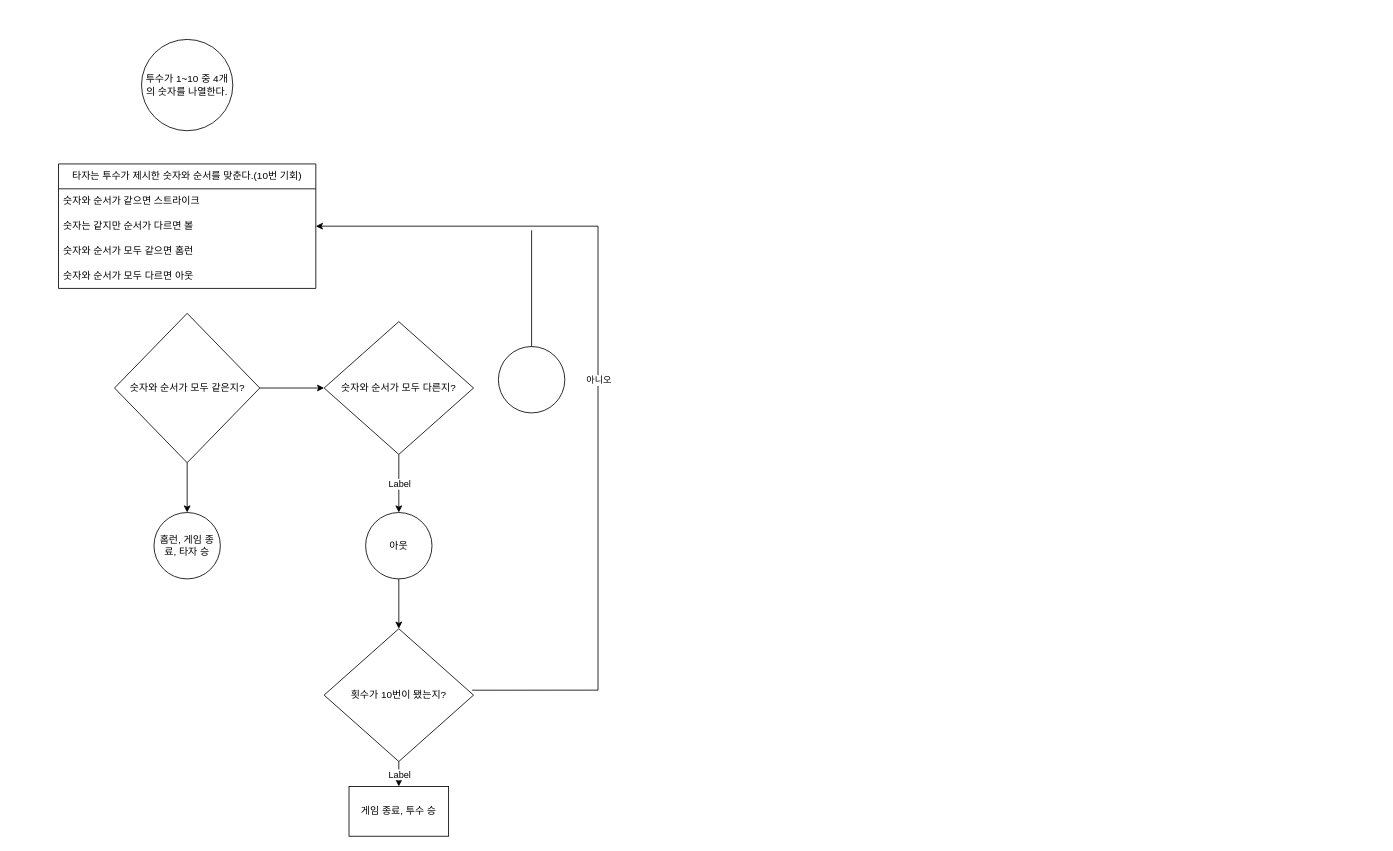
Before: Doc/순서도_숫자야구.drawio in Seed-il/JS_20250624, a draw.io diagram. Source tidied: cells renumbered, new cells numbered last; positions are measured from the earlier drawing's top-left corner, leaving out a move shared by most shapes. Both pictures are drawn from the tidied source at 83%, with x=0, y=0 at pixel (58, 39).
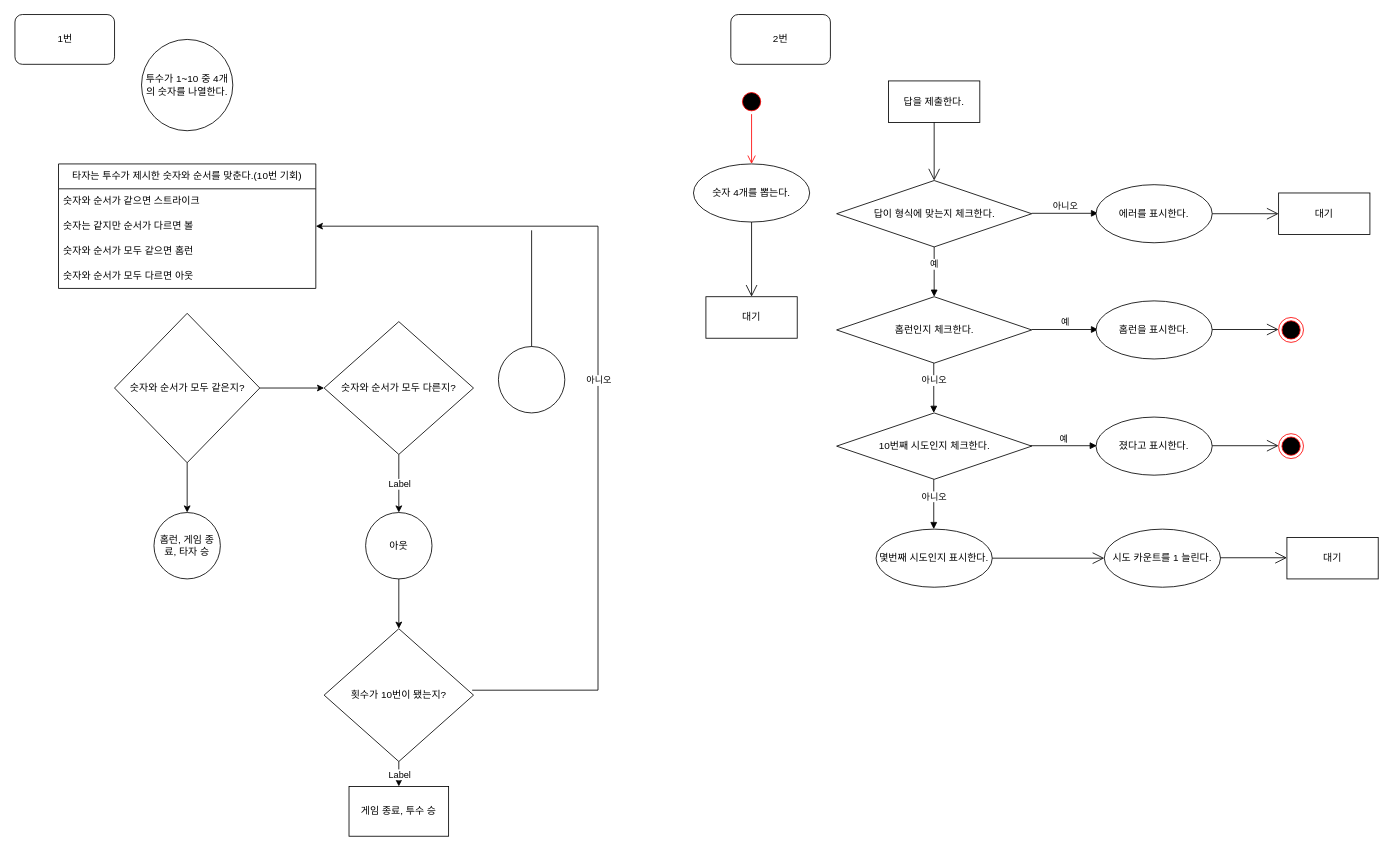
The same page after the edit.

Commit message (it also covers changes not shown here):
JS 숫자 야구 완료

The edit, as a diff of the source:
```diff
@@
+    <mxCell id="25" value="1번" style="rounded=1;whiteSpace=wrap;html=1;" parent="1" vertex="1">
+      <mxGeometry x="-52.5" y="-30" width="120" height="60" as="geometry" />
+    </mxCell>
+    <mxCell id="26" value="2번" style="rounded=1;whiteSpace=wrap;html=1;" parent="1" vertex="1">
+      <mxGeometry x="810" y="-30" width="120" height="60" as="geometry" />
+    </mxCell>
+    <mxCell id="27" style="ellipse;html=1;shape=startState;fillColor=#000000;strokeColor=#ff0000;" parent="1" vertex="1">
+      <mxGeometry x="820" y="60" width="30" height="30" as="geometry" />
+    </mxCell>
+    <mxCell id="28" style="edgeStyle=orthogonalEdgeStyle;html=1;verticalAlign=bottom;endArrow=open;endSize=8;strokeColor=#ff0000;rounded=0;" parent="1" edge="1" source="27">
+      <mxGeometry relative="1" as="geometry">
+        <mxPoint x="835" y="150" as="targetPoint" />
+      </mxGeometry>
+    </mxCell>
+    <mxCell id="29" value="숫자 4개를 뽑는다." style="ellipse;whiteSpace=wrap;html=1;" parent="1" vertex="1">
+      <mxGeometry x="765" y="150" width="140" height="70" as="geometry" />
+    </mxCell>
+    <mxCell id="30" style="endArrow=open;endFill=1;endSize=12;html=1;rounded=0;exitX=0.5;exitY=1;exitDx=0;exitDy=0;" parent="1" edge="1" source="29">
+      <mxGeometry relative="1" as="geometry">
+        <mxPoint x="835" y="310" as="targetPoint" />
+      </mxGeometry>
+    </mxCell>
+    <mxCell id="31" value="대기" style="html=1;whiteSpace=wrap;" parent="1" vertex="1">
+      <mxGeometry x="780" y="310" width="110" height="50" as="geometry" />
+    </mxCell>
+    <mxCell id="32" value="답을 제출한다." style="html=1;whiteSpace=wrap;" parent="1" vertex="1">
+      <mxGeometry x="1000" y="50" width="110" height="50" as="geometry" />
+    </mxCell>
+    <mxCell id="33" style="endArrow=open;endFill=1;endSize=12;html=1;rounded=0;exitX=0.5;exitY=1;exitDx=0;exitDy=0;entryX=0.5;entryY=0;entryDx=0;entryDy=0;" parent="1" edge="1" source="32" target="34">
+      <mxGeometry relative="1" as="geometry" />
+    </mxCell>
+    <mxCell id="34" value="답이 형식에 맞는지 체크한다." style="rhombus;whiteSpace=wrap;html=1;" parent="1" vertex="1">
+      <mxGeometry x="937.5" y="170" width="235" height="80" as="geometry" />
+    </mxCell>
+    <mxCell id="35" value="아니오" style="html=1;verticalAlign=bottom;endArrow=block;curved=0;rounded=0;" parent="1" edge="1">
+      <mxGeometry relative="1" as="geometry">
+        <mxPoint x="1172.5" y="209.5" as="sourcePoint" />
+        <mxPoint x="1252.5" y="209.5" as="targetPoint" />
+      </mxGeometry>
+    </mxCell>
+    <mxCell id="36" value="예" style="html=1;verticalAlign=bottom;endArrow=block;curved=0;rounded=0;exitX=0.5;exitY=1;exitDx=0;exitDy=0;" parent="1" edge="1" source="34">
+      <mxGeometry relative="1" as="geometry">
+        <mxPoint x="1055" y="310" as="targetPoint" />
+      </mxGeometry>
+    </mxCell>
+    <mxCell id="37" value="에러를 표시한다." style="ellipse;whiteSpace=wrap;html=1;" parent="1" vertex="1">
+      <mxGeometry x="1250" y="175" width="140" height="70" as="geometry" />
+    </mxCell>
+    <mxCell id="38" style="endArrow=open;endFill=1;endSize=12;html=1;rounded=0;exitX=1;exitY=0.5;exitDx=0;exitDy=0;" parent="1" edge="1" source="37">
+      <mxGeometry relative="1" as="geometry">
+        <mxPoint x="1470" y="210" as="targetPoint" />
+      </mxGeometry>
+    </mxCell>
+    <mxCell id="39" value="대기" style="html=1;whiteSpace=wrap;" parent="1" vertex="1">
+      <mxGeometry x="1470" y="185" width="110" height="50" as="geometry" />
+    </mxCell>
+    <mxCell id="40" value="홈런인지 체크한다." style="rhombus;whiteSpace=wrap;html=1;" parent="1" vertex="1">
+      <mxGeometry x="937.5" y="310" width="235" height="80" as="geometry" />
+    </mxCell>
+    <mxCell id="41" value="예" style="html=1;verticalAlign=bottom;endArrow=block;curved=0;rounded=0;" parent="1" edge="1">
+      <mxGeometry relative="1" as="geometry">
+        <mxPoint x="1172.5" y="349.5" as="sourcePoint" />
+        <mxPoint x="1252.5" y="349.5" as="targetPoint" />
+      </mxGeometry>
+    </mxCell>
+    <mxCell id="42" value="홈런을 표시한다." style="ellipse;whiteSpace=wrap;html=1;" parent="1" vertex="1">
+      <mxGeometry x="1250" y="315" width="140" height="70" as="geometry" />
+    </mxCell>
+    <mxCell id="43" style="endArrow=open;endFill=1;endSize=12;html=1;rounded=0;exitX=1;exitY=0.5;exitDx=0;exitDy=0;" parent="1" edge="1">
+      <mxGeometry relative="1" as="geometry">
+        <mxPoint x="1390" y="349.5" as="sourcePoint" />
+        <mxPoint x="1470" y="349.5" as="targetPoint" />
+      </mxGeometry>
+    </mxCell>
+    <mxCell id="44" style="ellipse;html=1;shape=endState;fillColor=#000000;strokeColor=#ff0000;" parent="1" vertex="1">
+      <mxGeometry x="1470" y="335" width="30" height="30" as="geometry" />
+    </mxCell>
+    <mxCell id="45" value="아니오" style="html=1;verticalAlign=bottom;endArrow=block;curved=0;rounded=0;exitX=0.5;exitY=1;exitDx=0;exitDy=0;" parent="1" edge="1">
+      <mxGeometry relative="1" as="geometry">
+        <mxPoint x="1054.5" y="390" as="sourcePoint" />
+        <mxPoint x="1054.5" y="450" as="targetPoint" />
+      </mxGeometry>
+    </mxCell>
+    <mxCell id="46" value="10번째 시도인지 체크한다." style="rhombus;whiteSpace=wrap;html=1;" parent="1" vertex="1">
+      <mxGeometry x="937.5" y="450" width="235" height="80" as="geometry" />
+    </mxCell>
+    <mxCell id="47" value="예" style="html=1;verticalAlign=bottom;endArrow=block;curved=0;rounded=0;" parent="1" edge="1">
+      <mxGeometry relative="1" as="geometry">
+        <mxPoint x="1171" y="489.5" as="sourcePoint" />
+        <mxPoint x="1251" y="489.5" as="targetPoint" />
+      </mxGeometry>
+    </mxCell>
+    <mxCell id="48" value="졌다고 표시한다." style="ellipse;whiteSpace=wrap;html=1;" parent="1" vertex="1">
+      <mxGeometry x="1250" y="455" width="140" height="70" as="geometry" />
+    </mxCell>
+    <mxCell id="49" style="endArrow=open;endFill=1;endSize=12;html=1;rounded=0;exitX=1;exitY=0.5;exitDx=0;exitDy=0;" parent="1" edge="1">
+      <mxGeometry relative="1" as="geometry">
+        <mxPoint x="1390" y="489.5" as="sourcePoint" />
+        <mxPoint x="1470" y="489.5" as="targetPoint" />
+      </mxGeometry>
+    </mxCell>
+    <mxCell id="50" style="ellipse;html=1;shape=endState;fillColor=#000000;strokeColor=#ff0000;" parent="1" vertex="1">
+      <mxGeometry x="1470" y="475" width="30" height="30" as="geometry" />
+    </mxCell>
+    <mxCell id="51" value="아니오" style="html=1;verticalAlign=bottom;endArrow=block;curved=0;rounded=0;exitX=0.5;exitY=1;exitDx=0;exitDy=0;" parent="1" edge="1">
+      <mxGeometry relative="1" as="geometry">
+        <mxPoint x="1054.5" y="530" as="sourcePoint" />
+        <mxPoint x="1054.5" y="590" as="targetPoint" />
+      </mxGeometry>
+    </mxCell>
+    <mxCell id="52" value="몇번째 시도인지 표시한다." style="ellipse;whiteSpace=wrap;html=1;" parent="1" vertex="1">
+      <mxGeometry x="985" y="590" width="140" height="70" as="geometry" />
+    </mxCell>
+    <mxCell id="53" style="endArrow=open;endFill=1;endSize=12;html=1;rounded=0;exitX=1;exitY=0.5;exitDx=0;exitDy=0;" parent="1" edge="1" source="52">
+      <mxGeometry relative="1" as="geometry">
+        <mxPoint x="1260" y="625" as="targetPoint" />
+      </mxGeometry>
+    </mxCell>
+    <mxCell id="54" value="시도 카운트를 1 늘린다." style="ellipse;whiteSpace=wrap;html=1;" parent="1" vertex="1">
+      <mxGeometry x="1260" y="590" width="140" height="70" as="geometry" />
+    </mxCell>
+    <mxCell id="55" style="endArrow=open;endFill=1;endSize=12;html=1;rounded=0;exitX=1;exitY=0.5;exitDx=0;exitDy=0;" parent="1" edge="1">
+      <mxGeometry relative="1" as="geometry">
+        <mxPoint x="1400" y="624.5" as="sourcePoint" />
+        <mxPoint x="1480" y="624.5" as="targetPoint" />
+      </mxGeometry>
+    </mxCell>
+    <mxCell id="56" value="대기" style="html=1;whiteSpace=wrap;" parent="1" vertex="1">
+      <mxGeometry x="1480" y="600" width="110" height="50" as="geometry" />
+    </mxCell>
```
